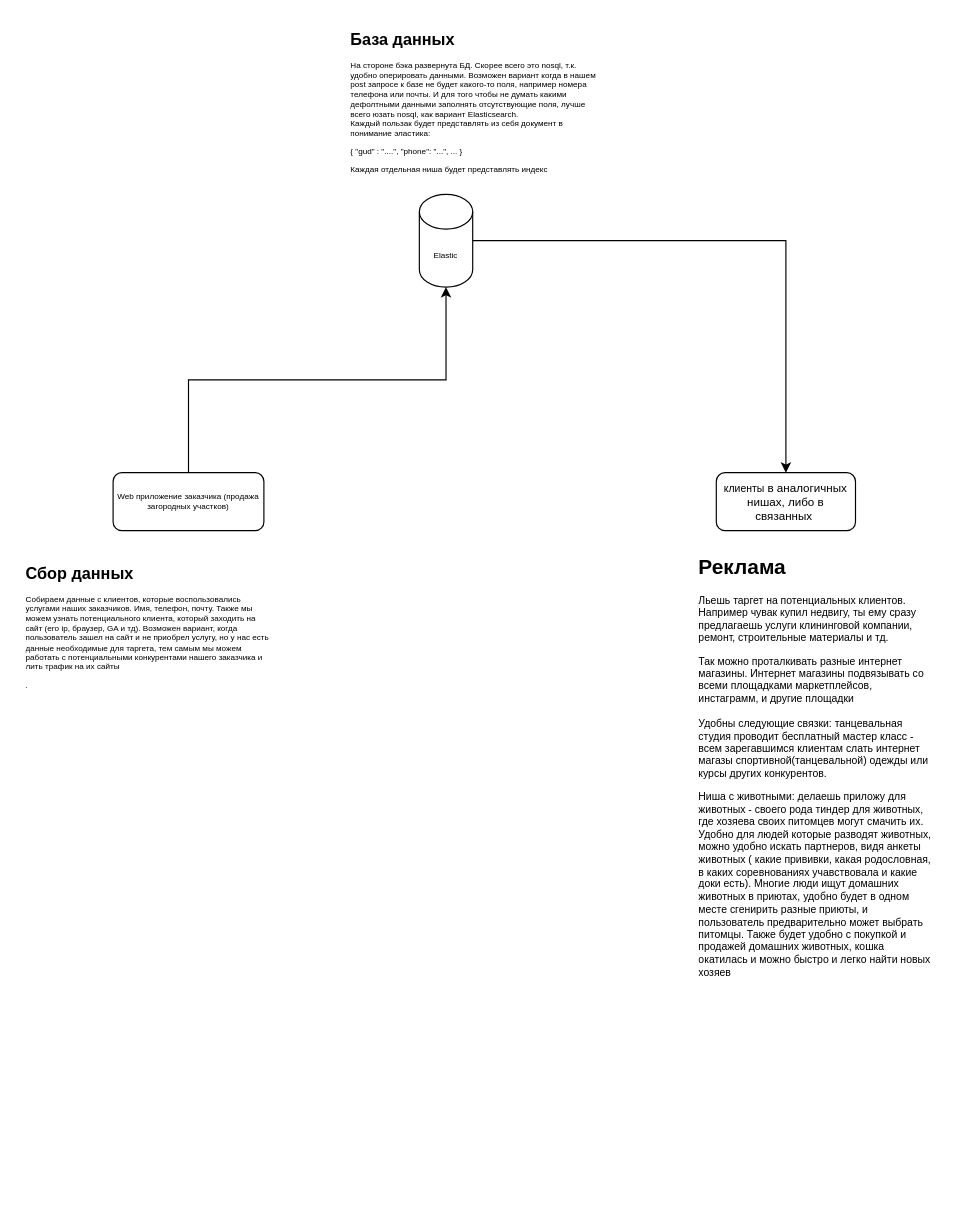
Earlier version of the draw.io diagram Диаграмма без названия.drawio (trishinanton/onpoint). Source tidied: cells renumbered, new cells numbered last; positions are measured from the earlier drawing's top-left corner, leaving out a move shared by most shapes. Both pictures are drawn from the tidied source at 116%, with x=0, y=0 at pixel (20, 31).
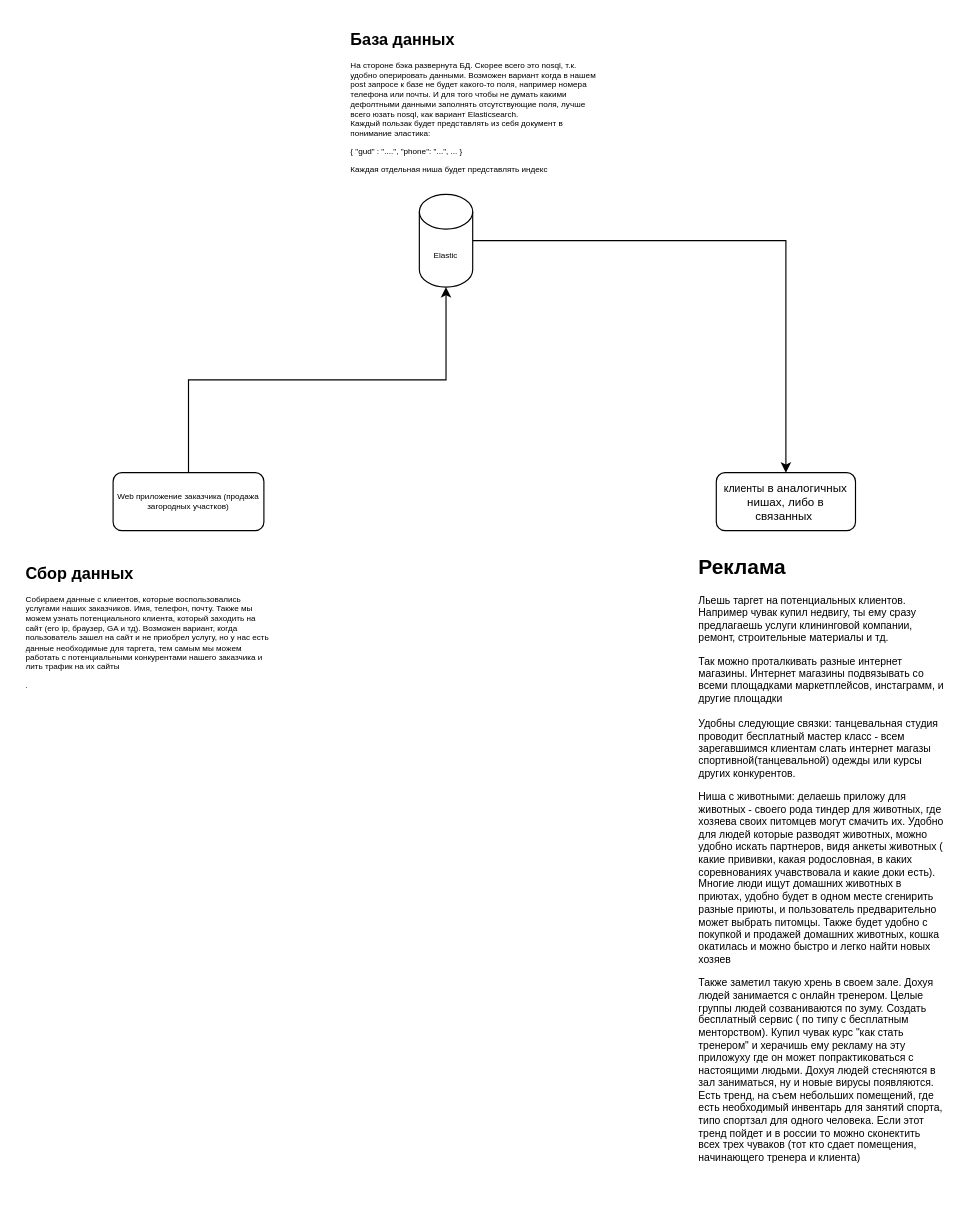
The same page after the edit.

What changed in the source:
```diff
@@
 <mxGraphModel>
   <root>
     <mxCell id="0" />
     <mxCell id="1" parent="0" />
     <mxCell id="2" style="edgeStyle=orthogonalEdgeStyle;rounded=0;jettySize=auto;html=1;exitX=0.5;exitY=0;exitDx=0;exitDy=0;fontSize=5;entryX=0.5;entryY=1;entryDx=0;entryDy=0;entryPerimeter=0;" parent="1" edge="1" source="3" target="6">
       <mxGeometry relative="1" as="geometry" />
     </mxCell>
     <mxCell id="3" value="Web приложение заказчика (продажа загородных участков)" style="rounded=1;whiteSpace=wrap;html=1;fontSize=7;glass=0;strokeWidth=1;shadow=0;" parent="1" vertex="1">
       <mxGeometry x="80" y="380" width="130" height="50" as="geometry" />
     </mxCell>
     <mxCell id="4" value="&lt;h1&gt;Сбор данных&lt;/h1&gt;&lt;span style=&quot;text-align: center;&quot;&gt;Собираем данные с клиентов, которые воспользовались услугами наших заказчиков. Имя, телефон, почту. Также мы можем узнать потенциального клиента, который заходить на сайт (его ip, браузер, GA и тд). Возможен вариант, когда пользователь зашел на сайт и не приобрел услугу, но у нас есть данные необходимые для таргета, тем самым мы можем работать с потенциальными конкурентами нашего заказчика и лить трафик на их сайты&amp;nbsp;&lt;br&gt;&lt;/span&gt;&lt;p&gt;.&lt;/p&gt;" style="text;html=1;strokeColor=none;fillColor=none;spacing=5;spacingTop=-20;whiteSpace=wrap;overflow=hidden;rounded=0;fontSize=7;" parent="1" vertex="1">
       <mxGeometry y="460" width="220" height="140" as="geometry" />
     </mxCell>
     <mxCell id="5" style="edgeStyle=orthogonalEdgeStyle;rounded=0;jettySize=auto;html=1;exitX=1;exitY=0.5;exitDx=0;exitDy=0;exitPerimeter=0;entryX=0.5;entryY=0;entryDx=0;entryDy=0;fontSize=9;" parent="1" edge="1" source="6" target="8">
       <mxGeometry relative="1" as="geometry" />
     </mxCell>
     <mxCell id="6" value="Elastic" style="shape=cylinder3;whiteSpace=wrap;html=1;boundedLbl=1;backgroundOutline=1;size=15;fontSize=7;" parent="1" vertex="1">
       <mxGeometry x="344" y="140" width="46" height="80" as="geometry" />
     </mxCell>
     <mxCell id="7" value="&lt;h1&gt;База данных&lt;/h1&gt;&lt;p&gt;На стороне бэка развернута БД. Скорее всего это nosql, т.к. удобно оперировать данными. Возможен вариант когда в нашем post запросе к базе не будет какого-то поля, например номера телефона или почты. И для того чтобы не думать какими дефолтными данными заполнять отсутствующие поля, лучше всего юзать nosql, как вариант Elasticsearch.&lt;br&gt;Каждый пользак будет представлять из себя документ в понимание эластика:&lt;/p&gt;&lt;p&gt;{ &quot;gud&quot; : &quot;....&quot;, &quot;phone&quot;: &quot;...&quot;, ... }&lt;/p&gt;&lt;p&gt;Каждая отдельная ниша будет представлять индекс&lt;/p&gt;&lt;br&gt;&lt;p&gt;&lt;span style=&quot;background-color: initial;&quot;&gt;&amp;nbsp;&lt;/span&gt;&lt;/p&gt;&lt;p&gt;&amp;nbsp;&lt;br&gt;&lt;br&gt;&lt;/p&gt;" style="text;html=1;strokeColor=none;fillColor=none;spacing=5;spacingTop=-20;whiteSpace=wrap;overflow=hidden;rounded=0;fontSize=7;" parent="1" vertex="1">
       <mxGeometry x="280" width="220" height="140" as="geometry" />
     </mxCell>
     <mxCell id="8" value="&lt;font style=&quot;&quot;&gt;&lt;font style=&quot;&quot;&gt;&lt;span style=&quot;font-size: 9px;&quot;&gt;клиенты&lt;/span&gt;&lt;font size=&quot;1&quot;&gt;&amp;nbsp;в аналогичных нишах, либо в связанных&amp;nbsp;&lt;/font&gt;&lt;br&gt;&lt;/font&gt;&lt;/font&gt;" style="rounded=1;whiteSpace=wrap;html=1;fontSize=5;" parent="1" vertex="1">
       <mxGeometry x="600" y="380" width="120" height="50" as="geometry" />
     </mxCell>
-    <mxCell id="9" value="&lt;h1&gt;Реклама&lt;/h1&gt;&lt;p&gt;Льешь таргет на потенциальных клиентов. Например чувак купил недвигу, ты ему сразу предлагаешь услуги клининговой компании, ремонт, строительные материалы и тд.&lt;/p&gt;&lt;p&gt;Так можно проталкивать разные интернет магазины. Интернет магазины подвязывать со всеми площадками маркетплейсов, инстаграмм, и другие площадки&lt;br&gt;&lt;br&gt;Удобны следующие связки: танцевальная студия проводит бесплатный мастер класс - всем зарегавшимся клиентам слать интернет магазы спортивной(танцевальной) одежды или курсы других конкурентов.&lt;/p&gt;&lt;p&gt;Ниша с животными: делаешь приложу для животных - своего рода тиндер для животных, где хозяева своих питомцев могут смачить их. Удобно для людей которые разводят животных, можно удобно искать партнеров, видя анкеты животных ( какие прививки, какая родословная, в каких соревнованиях учавствовала и какие доки есть). Многие люди ищут домашних животных в приютах, удобно будет в одном месте сгенирить разные приюты, и пользователь предварительно может выбрать питомцы. Также будет удобно с покупкой и продажей домашних животных, кошка окатилась и можно быстро и легко найти новых хозяев&lt;/p&gt;" style="text;html=1;strokeColor=none;fillColor=none;spacing=5;spacingTop=-20;whiteSpace=wrap;overflow=hidden;rounded=0;fontSize=9;" parent="1" vertex="1">
-      <mxGeometry x="580" y="450" width="210" height="450" as="geometry" />
+    <mxCell id="9" value="&lt;h1&gt;Реклама&lt;/h1&gt;&lt;p&gt;Льешь таргет на потенциальных клиентов. Например чувак купил недвигу, ты ему сразу предлагаешь услуги клининговой компании, ремонт, строительные материалы и тд.&lt;/p&gt;&lt;p&gt;Так можно проталкивать разные интернет магазины. Интернет магазины подвязывать со всеми площадками маркетплейсов, инстаграмм, и другие площадки&lt;br&gt;&lt;br&gt;Удобны следующие связки: танцевальная студия проводит бесплатный мастер класс - всем зарегавшимся клиентам слать интернет магазы спортивной(танцевальной) одежды или курсы других конкурентов.&lt;/p&gt;&lt;p&gt;Ниша с животными: делаешь приложу для животных - своего рода тиндер для животных, где хозяева своих питомцев могут смачить их. Удобно для людей которые разводят животных, можно удобно искать партнеров, видя анкеты животных ( какие прививки, какая родословная, в каких соревнованиях учавствовала и какие доки есть). Многие люди ищут домашних животных в приютах, удобно будет в одном месте сгенирить разные приюты, и пользователь предварительно может выбрать питомцы. Также будет удобно с покупкой и продажей домашних животных, кошка окатилась и можно быстро и легко найти новых хозяев&lt;/p&gt;&lt;p&gt;Также заметил такую хрень в своем зале. Дохуя людей занимается с онлайн тренером. Целые группы людей созваниваются по зуму. Создать бесплатный сервис ( по типу с бесплатным менторством). Купил чувак курс &quot;как стать тренером&quot; и херачишь ему рекламу на эту приложуху где он может попрактиковаться с настоящими людьми. Дохуя людей стесняются в зал заниматься, ну и новые вирусы появляются. Есть тренд, на съем небольших помещений, где есть необходимый инвентарь для занятий спорта, типо спортзал для одного человека. Если этот тренд пойдет и в россии то можно сконектить всех трех чуваков (тот кто сдает помещения, начинающего тренера и клиента)&lt;/p&gt;" style="text;html=1;strokeColor=none;fillColor=none;spacing=5;spacingTop=-20;whiteSpace=wrap;overflow=hidden;rounded=0;fontSize=9;" parent="1" vertex="1">
+      <mxGeometry x="580" y="450" width="220" height="560" as="geometry" />
     </mxCell>
   </root>
 </mxGraphModel>
```
